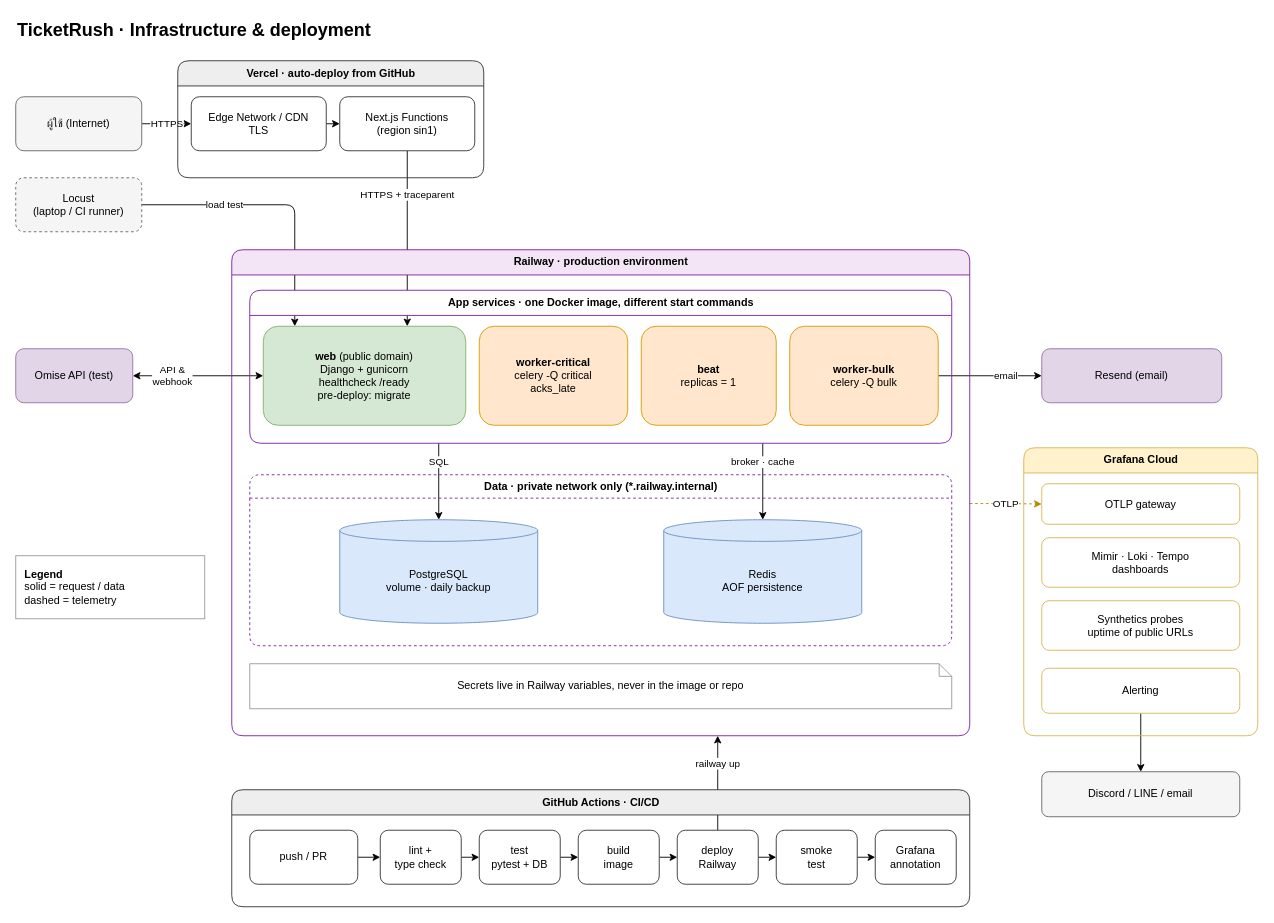
Earlier version of the draw.io diagram docs/diagrams/infrastructure.drawio (NaphatJM/ticketrush). Source tidied: cells renumbered, new cells numbered last; positions are measured from the earlier drawing's top-left corner, leaving out a move shared by most shapes. Both pictures are drawn from the tidied source at 90%, with x=0, y=0 at pixel (15, 15).
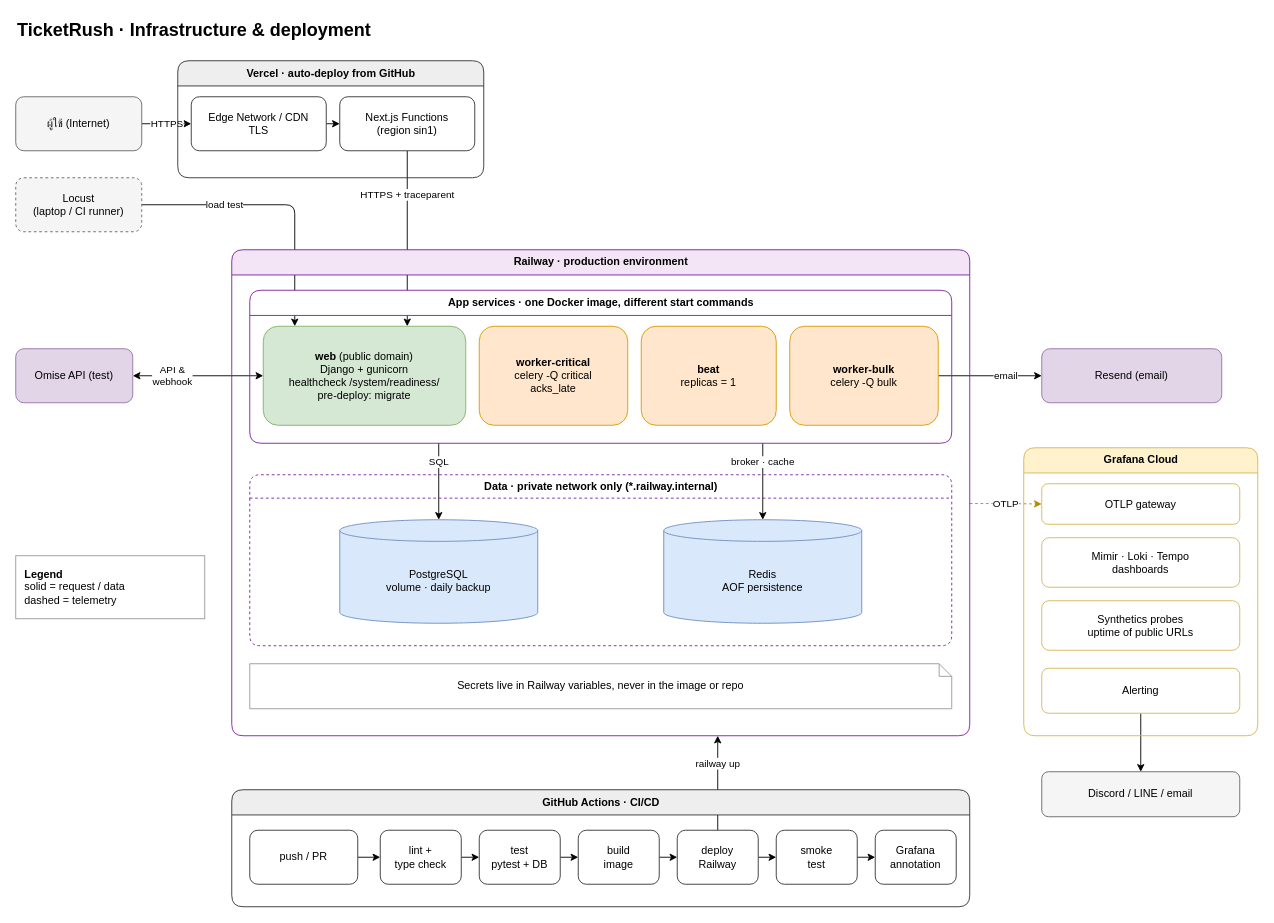
The same page after the edit.

Unchanged cells that the change refers to:
```xml
<mxCell id="12" value="App services · one Docker image, different start commands" style="swimlane;startSize=28;html=1;rounded=1;fillColor=#ffffff;strokeColor=#7b1fa2;" parent="11" vertex="1">
  <mxGeometry x="20" y="45" width="780" height="170" as="geometry" />
</mxCell>
```

What changed in the source:
```diff
@@
-    <mxCell id="13" value="&lt;b&gt;web&lt;/b&gt; (public domain)&lt;br&gt;Django + gunicorn&lt;br&gt;healthcheck /ready&lt;br&gt;pre-deploy: migrate" style="rounded=1;whiteSpace=wrap;html=1;fillColor=#d5e8d4;strokeColor=#82b366;" parent="12" vertex="1">
+    <mxCell id="13" value="&lt;b&gt;web&lt;/b&gt; (public domain)&lt;br&gt;Django + gunicorn&lt;br&gt;healthcheck /system/readiness/&lt;br&gt;pre-deploy: migrate" style="rounded=1;whiteSpace=wrap;html=1;fillColor=#d5e8d4;strokeColor=#82b366;" parent="12" vertex="1">
       <mxGeometry x="15" y="40" width="225" height="110" as="geometry" />
     </mxCell>
```
